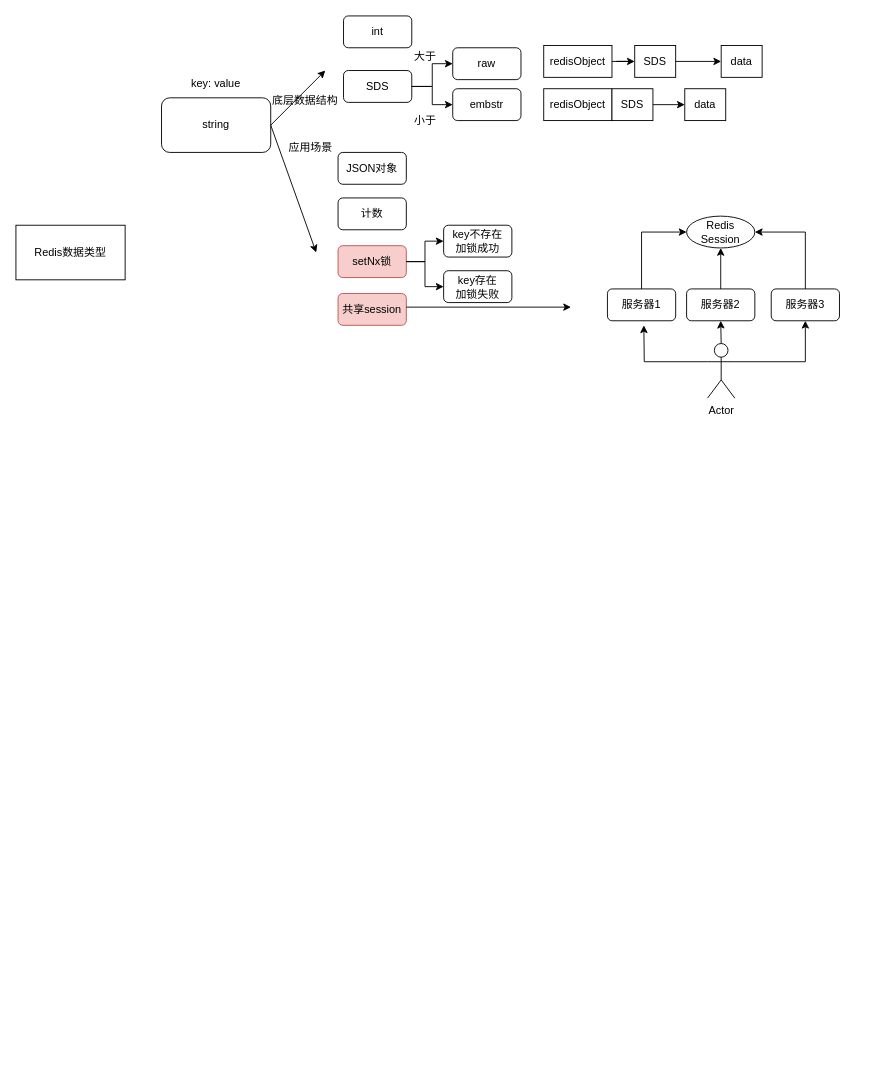
Earlier version of the draw.io diagram Redis数据类型.drawio (1155200424/diagrams). Source tidied: cells renumbered, new cells numbered last; positions are measured from the earlier drawing's top-left corner, leaving out a move shared by most shapes. Both pictures are drawn from the tidied source at 91%, with x=0, y=0 at pixel (15, 15).
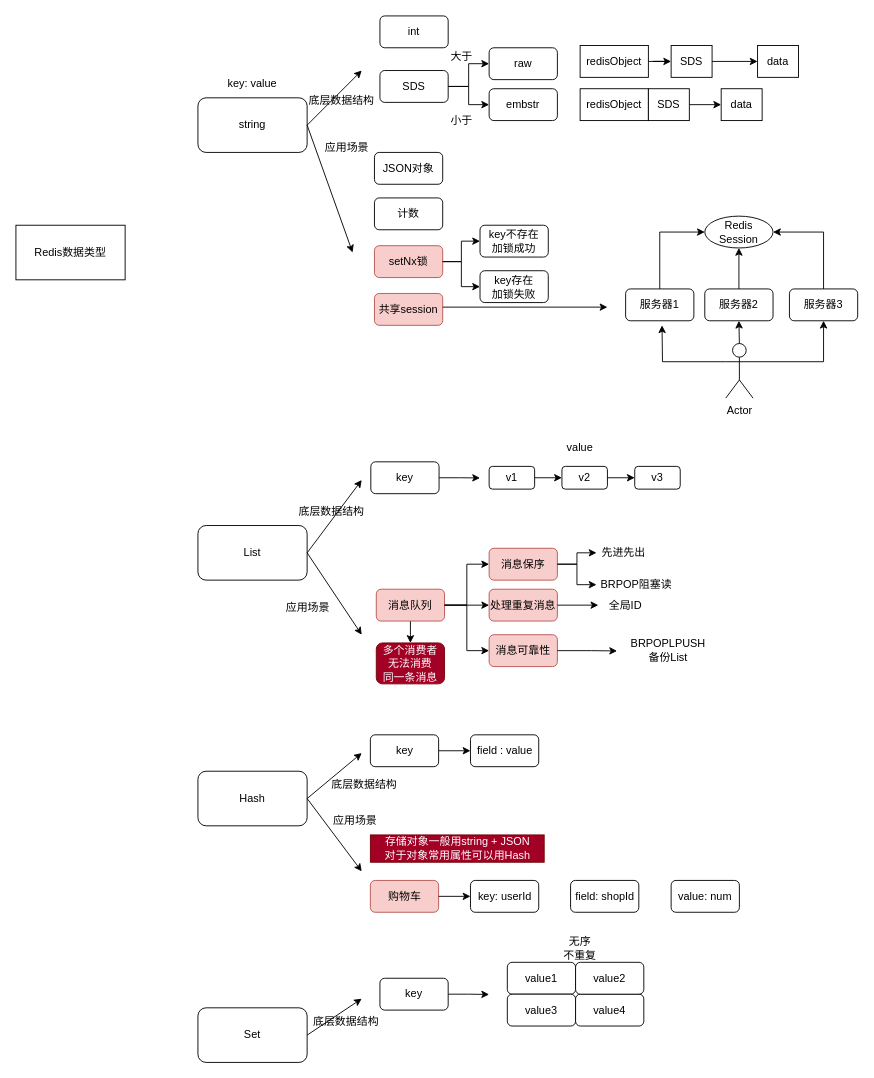
The same diagram, later.

Commit message (it also covers changes not shown here):
更新Redis数据类型.drawio

Diff of the diagram source:
```diff
@@
+    <mxCell id="52" style="group;" parent="1" vertex="1">
+      <mxGeometry x="200" y="460" width="564" height="255" as="geometry" />
+    </mxCell>
+    <mxCell id="53" value="List" style="rounded=1;whiteSpace=wrap;html=1;" parent="52" vertex="1">
+      <mxGeometry y="100" width="120" height="60" as="geometry" />
+    </mxCell>
+    <mxCell id="54" style="group;" parent="52" vertex="1">
+      <mxGeometry x="190" width="340" height="65" as="geometry" />
+    </mxCell>
+    <mxCell id="55" style="edgeStyle=orthogonalEdgeStyle;rounded=0;jettySize=auto;html=1;exitX=1;exitY=0.5;exitDx=0;exitDy=0;" parent="54" edge="1" source="56">
+      <mxGeometry relative="1" as="geometry">
+        <mxPoint x="120" y="47.7" as="targetPoint" />
+      </mxGeometry>
+    </mxCell>
+    <mxCell id="56" value="key" style="rounded=1;whiteSpace=wrap;html=1;" parent="54" vertex="1">
+      <mxGeometry y="30" width="75" height="35" as="geometry" />
+    </mxCell>
+    <mxCell id="57" style="group;" parent="54" vertex="1">
+      <mxGeometry x="130" y="35" width="210" height="25" as="geometry" />
+    </mxCell>
+    <mxCell id="58" value="v1" style="rounded=1;whiteSpace=wrap;html=1;" parent="57" vertex="1">
+      <mxGeometry width="50" height="25" as="geometry" />
+    </mxCell>
+    <mxCell id="59" value="v2" style="rounded=1;whiteSpace=wrap;html=1;" parent="57" vertex="1">
+      <mxGeometry x="80" width="50" height="25" as="geometry" />
+    </mxCell>
+    <mxCell id="60" style="edgeStyle=orthogonalEdgeStyle;rounded=0;jettySize=auto;html=1;exitX=1;exitY=0.5;exitDx=0;exitDy=0;entryX=0;entryY=0.5;entryDx=0;entryDy=0;" parent="57" edge="1" source="58" target="59">
+      <mxGeometry relative="1" as="geometry" />
+    </mxCell>
+    <mxCell id="61" value="v3" style="rounded=1;whiteSpace=wrap;html=1;" parent="57" vertex="1">
+      <mxGeometry x="160" width="50" height="25" as="geometry" />
+    </mxCell>
+    <mxCell id="62" style="edgeStyle=orthogonalEdgeStyle;rounded=0;jettySize=auto;html=1;exitX=1;exitY=0.5;exitDx=0;exitDy=0;entryX=0;entryY=0.5;entryDx=0;entryDy=0;" parent="57" edge="1" source="59" target="61">
+      <mxGeometry relative="1" as="geometry" />
+    </mxCell>
+    <mxCell id="63" value="value" style="text;html=1;align=center;verticalAlign=middle;whiteSpace=wrap;rounded=0;" parent="54" vertex="1">
+      <mxGeometry x="200" width="60" height="30" as="geometry" />
+    </mxCell>
+    <mxCell id="64" style="endArrow=classic;html=1;rounded=0;" parent="52" edge="1">
+      <mxGeometry relative="1" as="geometry">
+        <mxPoint x="120" y="130" as="sourcePoint" />
+        <mxPoint x="180" y="50" as="targetPoint" />
+      </mxGeometry>
+    </mxCell>
+    <mxCell id="65" value="底层数据结构" style="text;html=1;align=center;verticalAlign=middle;whiteSpace=wrap;rounded=0;" parent="52" vertex="1">
+      <mxGeometry x="104" y="70" width="86" height="30" as="geometry" />
+    </mxCell>
+    <mxCell id="66" style="endArrow=classic;html=1;rounded=0;" parent="52" edge="1">
+      <mxGeometry relative="1" as="geometry">
+        <mxPoint x="120" y="130" as="sourcePoint" />
+        <mxPoint x="180" y="220" as="targetPoint" />
+      </mxGeometry>
+    </mxCell>
+    <mxCell id="67" style="edgeStyle=orthogonalEdgeStyle;rounded=0;jettySize=auto;html=1;exitX=0.5;exitY=1;exitDx=0;exitDy=0;entryX=0.5;entryY=0;entryDx=0;entryDy=0;" parent="52" edge="1" source="68" target="84">
+      <mxGeometry relative="1" as="geometry" />
+    </mxCell>
+    <mxCell id="68" value="消息队列" style="rounded=1;whiteSpace=wrap;html=1;fillColor=#f8cecc;strokeColor=#b85450;" parent="52" vertex="1">
+      <mxGeometry x="196" y="170" width="75" height="35" as="geometry" />
+    </mxCell>
+    <mxCell id="69" style="group;" parent="52" vertex="1">
+      <mxGeometry x="320" y="115" width="206" height="65" as="geometry" />
+    </mxCell>
+    <mxCell id="70" value="消息保序" style="rounded=1;whiteSpace=wrap;html=1;fillColor=#f8cecc;strokeColor=#b85450;" parent="69" vertex="1">
+      <mxGeometry y="10" width="75" height="35" as="geometry" />
+    </mxCell>
+    <mxCell id="71" value="先进先出" style="text;html=1;align=center;verticalAlign=middle;whiteSpace=wrap;rounded=0;" parent="69" vertex="1">
+      <mxGeometry x="118" width="60" height="30" as="geometry" />
+    </mxCell>
+    <mxCell id="72" style="edgeStyle=orthogonalEdgeStyle;rounded=0;jettySize=auto;html=1;exitX=1;exitY=0.5;exitDx=0;exitDy=0;entryX=0;entryY=0.5;entryDx=0;entryDy=0;" parent="69" edge="1" source="70" target="71">
+      <mxGeometry relative="1" as="geometry" />
+    </mxCell>
+    <mxCell id="73" value="BRPOP阻塞读" style="text;html=1;align=center;verticalAlign=middle;whiteSpace=wrap;rounded=0;" parent="69" vertex="1">
+      <mxGeometry x="118" y="35" width="88" height="30" as="geometry" />
+    </mxCell>
+    <mxCell id="74" style="edgeStyle=orthogonalEdgeStyle;rounded=0;jettySize=auto;html=1;exitX=1;exitY=0.5;exitDx=0;exitDy=0;entryX=0;entryY=0.5;entryDx=0;entryDy=0;" parent="69" edge="1" source="70" target="73">
+      <mxGeometry relative="1" as="geometry" />
+    </mxCell>
+    <mxCell id="75" style="edgeStyle=orthogonalEdgeStyle;rounded=0;jettySize=auto;html=1;exitX=1;exitY=0.5;exitDx=0;exitDy=0;entryX=0;entryY=0.5;entryDx=0;entryDy=0;" parent="52" edge="1" source="68" target="70">
+      <mxGeometry relative="1" as="geometry" />
+    </mxCell>
+    <mxCell id="76" value="处理重复消息" style="rounded=1;whiteSpace=wrap;html=1;fillColor=#f8cecc;strokeColor=#b85450;" parent="52" vertex="1">
+      <mxGeometry x="320" y="170" width="75" height="35" as="geometry" />
+    </mxCell>
+    <mxCell id="77" style="edgeStyle=orthogonalEdgeStyle;rounded=0;jettySize=auto;html=1;exitX=1;exitY=0.5;exitDx=0;exitDy=0;entryX=0;entryY=0.5;entryDx=0;entryDy=0;" parent="52" edge="1" source="68" target="76">
+      <mxGeometry relative="1" as="geometry" />
+    </mxCell>
+    <mxCell id="78" value="全局ID" style="text;html=1;align=center;verticalAlign=middle;whiteSpace=wrap;rounded=0;" parent="52" vertex="1">
+      <mxGeometry x="440" y="172.5" width="60" height="30" as="geometry" />
+    </mxCell>
+    <mxCell id="79" style="edgeStyle=orthogonalEdgeStyle;rounded=0;jettySize=auto;html=1;exitX=1;exitY=0.5;exitDx=0;exitDy=0;" parent="52" edge="1" source="76" target="78">
+      <mxGeometry relative="1" as="geometry" />
+    </mxCell>
+    <mxCell id="80" value="消息可靠性" style="rounded=1;whiteSpace=wrap;html=1;fillColor=#f8cecc;strokeColor=#b85450;" parent="52" vertex="1">
+      <mxGeometry x="320" y="220" width="75" height="35" as="geometry" />
+    </mxCell>
+    <mxCell id="81" style="edgeStyle=orthogonalEdgeStyle;rounded=0;jettySize=auto;html=1;exitX=1;exitY=0.5;exitDx=0;exitDy=0;entryX=0;entryY=0.5;entryDx=0;entryDy=0;" parent="52" edge="1" source="68" target="80">
+      <mxGeometry relative="1" as="geometry" />
+    </mxCell>
+    <mxCell id="82" value="BRPOPLPUSH&lt;br&gt;备份List" style="text;html=1;align=center;verticalAlign=middle;whiteSpace=wrap;rounded=0;" parent="52" vertex="1">
+      <mxGeometry x="470" y="226.2" width="94" height="22.5" as="geometry" />
+    </mxCell>
+    <mxCell id="83" style="edgeStyle=orthogonalEdgeStyle;rounded=0;jettySize=auto;html=1;exitX=1;exitY=0.5;exitDx=0;exitDy=0;entryX=-0.1;entryY=0.517;entryDx=0;entryDy=0;entryPerimeter=0;" parent="52" edge="1" source="80" target="82">
+      <mxGeometry relative="1" as="geometry" />
+    </mxCell>
+    <mxCell id="84" value="多个消费者&lt;br&gt;无法消费&lt;br&gt;同一条消息" style="rounded=1;whiteSpace=wrap;html=1;fillColor=#a20025;strokeColor=#6F0000;fontColor=#ffffff;" parent="52" vertex="1">
+      <mxGeometry x="196" y="229" width="75" height="45" as="geometry" />
+    </mxCell>
+    <mxCell id="85" value="应用场景" style="text;html=1;align=center;verticalAlign=middle;whiteSpace=wrap;rounded=0;" parent="52" vertex="1">
+      <mxGeometry x="78" y="175" width="86" height="30" as="geometry" />
+    </mxCell>
+    <mxCell id="86" style="group;" parent="1" vertex="1">
+      <mxGeometry x="200" width="725" height="420" as="geometry" />
+    </mxCell>
-    <mxCell id="3" value="string" style="rounded=1;whiteSpace=wrap;html=1;" parent="1" vertex="1">
-      <mxGeometry x="160" y="90" width="120" height="60" as="geometry" />
+    <mxCell id="3" value="string" style="rounded=1;whiteSpace=wrap;html=1;" parent="86" vertex="1">
+      <mxGeometry y="90" width="120" height="60" as="geometry" />
     </mxCell>
-    <mxCell id="4" value="key: value" style="text;html=1;align=center;verticalAlign=middle;whiteSpace=wrap;rounded=0;" parent="1" vertex="1">
-      <mxGeometry x="190" y="60" width="60" height="30" as="geometry" />
+    <mxCell id="4" value="key: value" style="text;html=1;align=center;verticalAlign=middle;whiteSpace=wrap;rounded=0;" parent="86" vertex="1">
+      <mxGeometry x="30" y="60" width="60" height="30" as="geometry" />
     </mxCell>
-    <mxCell id="5" style="endArrow=classic;html=1;rounded=0;" parent="1" edge="1">
+    <mxCell id="5" style="endArrow=classic;html=1;rounded=0;" parent="86" edge="1">
       <mxGeometry relative="1" as="geometry">
-        <mxPoint x="280" y="120" as="sourcePoint" />
-        <mxPoint x="340" y="60" as="targetPoint" />
+        <mxPoint x="120" y="120" as="sourcePoint" />
+        <mxPoint x="180" y="60" as="targetPoint" />
       </mxGeometry>
     </mxCell>
-    <mxCell id="6" style="group;" parent="1" vertex="1">
-      <mxGeometry x="360" width="460" height="130" as="geometry" />
+    <mxCell id="6" style="group;" parent="86" vertex="1">
+      <mxGeometry x="200" width="460" height="130" as="geometry" />
     </mxCell>
@@
-    <mxCell id="28" value="底层数据结构" style="text;html=1;align=center;verticalAlign=middle;whiteSpace=wrap;rounded=0;" parent="1" vertex="1">
-      <mxGeometry x="280" y="80" width="76" height="25" as="geometry" />
+    <mxCell id="28" value="底层数据结构" style="text;html=1;align=center;verticalAlign=middle;whiteSpace=wrap;rounded=0;" parent="86" vertex="1">
+      <mxGeometry x="120" y="80" width="76" height="25" as="geometry" />
     </mxCell>
-    <mxCell id="29" style="endArrow=classic;html=1;rounded=0;" parent="1" edge="1">
+    <mxCell id="29" style="endArrow=classic;html=1;rounded=0;" parent="86" edge="1">
       <mxGeometry relative="1" as="geometry">
-        <mxPoint x="280" y="120" as="sourcePoint" />
-        <mxPoint x="330" y="260" as="targetPoint" />
+        <mxPoint x="120" y="120" as="sourcePoint" />
+        <mxPoint x="170" y="260" as="targetPoint" />
       </mxGeometry>
     </mxCell>
-    <mxCell id="30" value="应用场景" style="text;html=1;align=center;verticalAlign=middle;whiteSpace=wrap;rounded=0;" parent="1" vertex="1">
-      <mxGeometry x="294" y="130" width="60" height="30" as="geometry" />
+    <mxCell id="30" value="应用场景" style="text;html=1;align=center;verticalAlign=middle;whiteSpace=wrap;rounded=0;" parent="86" vertex="1">
+      <mxGeometry x="134" y="130" width="60" height="30" as="geometry" />
     </mxCell>
-    <mxCell id="31" value="JSON对象" style="rounded=1;whiteSpace=wrap;html=1;" parent="1" vertex="1">
-      <mxGeometry x="354" y="150" width="75" height="35" as="geometry" />
+    <mxCell id="31" value="JSON对象" style="rounded=1;whiteSpace=wrap;html=1;" parent="86" vertex="1">
+      <mxGeometry x="194" y="150" width="75" height="35" as="geometry" />
     </mxCell>
-    <mxCell id="32" value="计数" style="rounded=1;whiteSpace=wrap;html=1;" parent="1" vertex="1">
-      <mxGeometry x="354" y="200" width="75" height="35" as="geometry" />
+    <mxCell id="32" value="计数" style="rounded=1;whiteSpace=wrap;html=1;" parent="86" vertex="1">
+      <mxGeometry x="194" y="200" width="75" height="35" as="geometry" />
     </mxCell>
-    <mxCell id="33" value="共享session" style="rounded=1;whiteSpace=wrap;html=1;fillColor=#f8cecc;strokeColor=#b85450;" parent="1" vertex="1">
-      <mxGeometry x="354" y="305" width="75" height="35" as="geometry" />
+    <mxCell id="33" value="共享session" style="rounded=1;whiteSpace=wrap;html=1;fillColor=#f8cecc;strokeColor=#b85450;" parent="86" vertex="1">
+      <mxGeometry x="194" y="305" width="75" height="35" as="geometry" />
     </mxCell>
-    <mxCell id="34" style="group;" parent="1" vertex="1">
-      <mxGeometry x="354" y="230" width="191" height="85" as="geometry" />
+    <mxCell id="34" style="group;" parent="86" vertex="1">
+      <mxGeometry x="194" y="230" width="191" height="85" as="geometry" />
     </mxCell>
@@
-    <mxCell id="40" style="endArrow=classic;html=1;rounded=0;" parent="1" edge="1">
+    <mxCell id="40" style="endArrow=classic;html=1;rounded=0;" parent="86" edge="1">
       <mxGeometry relative="1" as="geometry">
-        <mxPoint x="429" y="320" as="sourcePoint" />
-        <mxPoint x="610" y="320" as="targetPoint" />
+        <mxPoint x="269" y="320" as="sourcePoint" />
+        <mxPoint x="450" y="320" as="targetPoint" />
       </mxGeometry>
     </mxCell>
+    <mxCell id="87" style="group;" parent="86" vertex="1">
+      <mxGeometry x="470" y="220" width="255" height="200" as="geometry" />
+    </mxCell>
-    <mxCell id="41" style="edgeStyle=orthogonalEdgeStyle;rounded=0;jettySize=auto;html=1;exitX=0;exitY=0.3333333333333333;exitDx=0;exitDy=0;exitPerimeter=0;" parent="1" edge="1" source="44">
+    <mxCell id="41" style="edgeStyle=orthogonalEdgeStyle;rounded=0;jettySize=auto;html=1;exitX=0;exitY=0.3333333333333333;exitDx=0;exitDy=0;exitPerimeter=0;" parent="87" edge="1" source="44">
       <mxGeometry relative="1" as="geometry">
-        <mxPoint x="690" y="340" as="targetPoint" />
+        <mxPoint x="40" y="120" as="targetPoint" />
       </mxGeometry>
     </mxCell>
+    <mxCell id="44" value="Actor" style="shape=umlActor;verticalLabelPosition=bottom;verticalAlign=top;html=1;outlineConnect=0;" parent="87" vertex="1">
+      <mxGeometry x="110" y="140" width="30" height="60" as="geometry" />
+    </mxCell>
+    <mxCell id="46" value="服务器1" style="rounded=1;whiteSpace=wrap;html=1;" parent="87" vertex="1">
+      <mxGeometry y="80" width="75" height="35" as="geometry" />
+    </mxCell>
+    <mxCell id="48" value="服务器2" style="rounded=1;whiteSpace=wrap;html=1;" parent="87" vertex="1">
+      <mxGeometry x="87" y="80" width="75" height="35" as="geometry" />
+    </mxCell>
-    <mxCell id="42" style="edgeStyle=orthogonalEdgeStyle;rounded=0;jettySize=auto;html=1;exitX=0.5;exitY=0;exitDx=0;exitDy=0;exitPerimeter=0;entryX=0.5;entryY=1;entryDx=0;entryDy=0;" parent="1" edge="1" source="44" target="48">
+    <mxCell id="42" style="edgeStyle=orthogonalEdgeStyle;rounded=0;jettySize=auto;html=1;exitX=0.5;exitY=0;exitDx=0;exitDy=0;exitPerimeter=0;entryX=0.5;entryY=1;entryDx=0;entryDy=0;" parent="87" edge="1" source="44" target="48">
       <mxGeometry relative="1" as="geometry" />
     </mxCell>
+    <mxCell id="50" value="服务器3" style="rounded=1;whiteSpace=wrap;html=1;" parent="87" vertex="1">
+      <mxGeometry x="180" y="80" width="75" height="35" as="geometry" />
+    </mxCell>
-    <mxCell id="43" style="edgeStyle=orthogonalEdgeStyle;rounded=0;jettySize=auto;html=1;exitX=1;exitY=0.3333333333333333;exitDx=0;exitDy=0;exitPerimeter=0;entryX=0.5;entryY=1;entryDx=0;entryDy=0;" parent="1" edge="1" source="44" target="50">
+    <mxCell id="43" style="edgeStyle=orthogonalEdgeStyle;rounded=0;jettySize=auto;html=1;exitX=1;exitY=0.3333333333333333;exitDx=0;exitDy=0;exitPerimeter=0;entryX=0.5;entryY=1;entryDx=0;entryDy=0;" parent="87" edge="1" source="44" target="50">
       <mxGeometry relative="1" as="geometry" />
     </mxCell>
-    <mxCell id="44" value="Actor" style="shape=umlActor;verticalLabelPosition=bottom;verticalAlign=top;html=1;outlineConnect=0;" parent="1" vertex="1">
-      <mxGeometry x="760" y="360" width="30" height="60" as="geometry" />
-    </mxCell>
+    <mxCell id="51" value="Redis Session" style="ellipse;whiteSpace=wrap;html=1;" parent="87" vertex="1">
+      <mxGeometry x="87" width="75" height="35" as="geometry" />
+    </mxCell>
-    <mxCell id="45" style="edgeStyle=orthogonalEdgeStyle;rounded=0;jettySize=auto;html=1;exitX=0.5;exitY=0;exitDx=0;exitDy=0;entryX=0;entryY=0.5;entryDx=0;entryDy=0;" parent="1" edge="1" source="46" target="51">
+    <mxCell id="45" style="edgeStyle=orthogonalEdgeStyle;rounded=0;jettySize=auto;html=1;exitX=0.5;exitY=0;exitDx=0;exitDy=0;entryX=0;entryY=0.5;entryDx=0;entryDy=0;" parent="87" edge="1" source="46" target="51">
       <mxGeometry relative="1" as="geometry" />
     </mxCell>
-    <mxCell id="46" value="服务器1" style="rounded=1;whiteSpace=wrap;html=1;" parent="1" vertex="1">
-      <mxGeometry x="650" y="300" width="75" height="35" as="geometry" />
-    </mxCell>
-    <mxCell id="47" style="edgeStyle=orthogonalEdgeStyle;rounded=0;jettySize=auto;html=1;exitX=0.5;exitY=0;exitDx=0;exitDy=0;entryX=0.5;entryY=1;entryDx=0;entryDy=0;" parent="1" edge="1" source="48" target="51">
+    <mxCell id="47" style="edgeStyle=orthogonalEdgeStyle;rounded=0;jettySize=auto;html=1;exitX=0.5;exitY=0;exitDx=0;exitDy=0;entryX=0.5;entryY=1;entryDx=0;entryDy=0;" parent="87" edge="1" source="48" target="51">
       <mxGeometry relative="1" as="geometry" />
     </mxCell>
-    <mxCell id="48" value="服务器2" style="rounded=1;whiteSpace=wrap;html=1;" parent="1" vertex="1">
-      <mxGeometry x="737" y="300" width="75" height="35" as="geometry" />
-    </mxCell>
-    <mxCell id="49" style="edgeStyle=orthogonalEdgeStyle;rounded=0;jettySize=auto;html=1;exitX=0.5;exitY=0;exitDx=0;exitDy=0;entryX=1;entryY=0.5;entryDx=0;entryDy=0;" parent="1" edge="1" source="50" target="51">
+    <mxCell id="49" style="edgeStyle=orthogonalEdgeStyle;rounded=0;jettySize=auto;html=1;exitX=0.5;exitY=0;exitDx=0;exitDy=0;entryX=1;entryY=0.5;entryDx=0;entryDy=0;" parent="87" edge="1" source="50" target="51">
       <mxGeometry relative="1" as="geometry" />
     </mxCell>
-    <mxCell id="50" value="服务器3" style="rounded=1;whiteSpace=wrap;html=1;" parent="1" vertex="1">
-      <mxGeometry x="830" y="300" width="75" height="35" as="geometry" />
-    </mxCell>
-    <mxCell id="51" value="Redis Session" style="ellipse;whiteSpace=wrap;html=1;" parent="1" vertex="1">
-      <mxGeometry x="737" y="220" width="75" height="35" as="geometry" />
-    </mxCell>
+    <mxCell id="88" style="group;" parent="1" vertex="1">
+      <mxGeometry x="200" y="790" width="595" height="195" as="geometry" />
+    </mxCell>
+    <mxCell id="89" value="Hash" style="rounded=1;whiteSpace=wrap;html=1;" parent="88" vertex="1">
+      <mxGeometry y="40" width="120" height="60" as="geometry" />
+    </mxCell>
+    <mxCell id="90" style="edgeStyle=orthogonalEdgeStyle;rounded=0;jettySize=auto;html=1;exitX=1;exitY=0.5;exitDx=0;exitDy=0;entryX=0;entryY=0.5;entryDx=0;entryDy=0;" parent="88" edge="1" source="91" target="92">
+      <mxGeometry relative="1" as="geometry" />
+    </mxCell>
+    <mxCell id="91" value="key" style="rounded=1;whiteSpace=wrap;html=1;" parent="88" vertex="1">
+      <mxGeometry x="189.5" width="75" height="35" as="geometry" />
+    </mxCell>
+    <mxCell id="92" value="field : value" style="rounded=1;whiteSpace=wrap;html=1;" parent="88" vertex="1">
+      <mxGeometry x="299.5" width="75" height="35" as="geometry" />
+    </mxCell>
+    <mxCell id="93" value="存储对象一般用string + JSON&lt;br&gt;对于对象常用属性可以用Hash" style="text;html=1;align=center;verticalAlign=middle;whiteSpace=wrap;rounded=0;fillColor=#a20025;fontColor=#ffffff;strokeColor=#6F0000;" parent="88" vertex="1">
+      <mxGeometry x="189.5" y="110" width="191" height="30" as="geometry" />
+    </mxCell>
+    <mxCell id="94" style="endArrow=classic;html=1;rounded=0;" parent="88" edge="1">
+      <mxGeometry relative="1" as="geometry">
+        <mxPoint x="120" y="70" as="sourcePoint" />
+        <mxPoint x="180" y="20" as="targetPoint" />
+      </mxGeometry>
+    </mxCell>
+    <mxCell id="95" value="底层数据结构" style="text;html=1;align=center;verticalAlign=middle;whiteSpace=wrap;rounded=0;" parent="88" vertex="1">
+      <mxGeometry x="140" y="40" width="86" height="30" as="geometry" />
+    </mxCell>
+    <mxCell id="96" style="endArrow=classic;html=1;rounded=0;" parent="88" edge="1">
+      <mxGeometry relative="1" as="geometry">
+        <mxPoint x="120" y="70" as="sourcePoint" />
+        <mxPoint x="180" y="150" as="targetPoint" />
+      </mxGeometry>
+    </mxCell>
+    <mxCell id="97" value="应用场景" style="text;html=1;align=center;verticalAlign=middle;whiteSpace=wrap;rounded=0;" parent="88" vertex="1">
+      <mxGeometry x="130" y="80" width="86" height="30" as="geometry" />
+    </mxCell>
+    <mxCell id="98" style="group;" parent="88" vertex="1">
+      <mxGeometry x="189.5" y="160" width="405.5" height="35" as="geometry" />
+    </mxCell>
+    <mxCell id="99" value="购物车" style="rounded=1;whiteSpace=wrap;html=1;fillColor=#f8cecc;strokeColor=#b85450;" parent="98" vertex="1">
+      <mxGeometry width="75" height="35" as="geometry" />
+    </mxCell>
+    <mxCell id="100" value="key: userId" style="rounded=1;whiteSpace=wrap;html=1;" parent="98" vertex="1">
+      <mxGeometry x="110" width="75" height="35" as="geometry" />
+    </mxCell>
+    <mxCell id="101" style="edgeStyle=orthogonalEdgeStyle;rounded=0;jettySize=auto;html=1;exitX=1;exitY=0.5;exitDx=0;exitDy=0;entryX=0;entryY=0.5;entryDx=0;entryDy=0;" parent="98" edge="1" source="99" target="100">
+      <mxGeometry relative="1" as="geometry" />
+    </mxCell>
+    <mxCell id="102" value="field: shopId" style="rounded=1;whiteSpace=wrap;html=1;" parent="98" vertex="1">
+      <mxGeometry x="220" width="75" height="35" as="geometry" />
+    </mxCell>
+    <mxCell id="103" value="value: num" style="rounded=1;whiteSpace=wrap;html=1;" parent="98" vertex="1">
+      <mxGeometry x="330.5" width="75" height="35" as="geometry" />
+    </mxCell>
+    <mxCell id="104" value="Set" style="rounded=1;whiteSpace=wrap;html=1;" parent="1" vertex="1">
+      <mxGeometry x="200" y="1090" width="120" height="60" as="geometry" />
+    </mxCell>
+    <mxCell id="105" style="endArrow=classic;html=1;rounded=0;" parent="1" edge="1">
+      <mxGeometry relative="1" as="geometry">
+        <mxPoint x="320" y="1120" as="sourcePoint" />
+        <mxPoint x="380" y="1080" as="targetPoint" />
+      </mxGeometry>
+    </mxCell>
+    <mxCell id="106" style="group;" parent="1" vertex="1">
+      <mxGeometry x="400" y="1010" width="290" height="100" as="geometry" />
+    </mxCell>
+    <mxCell id="107" style="edgeStyle=orthogonalEdgeStyle;rounded=0;jettySize=auto;html=1;exitX=1;exitY=0.5;exitDx=0;exitDy=0;" parent="106" edge="1" source="108">
+      <mxGeometry relative="1" as="geometry">
+        <mxPoint x="120" y="65.3" as="targetPoint" />
+      </mxGeometry>
+    </mxCell>
+    <mxCell id="108" value="key" style="rounded=1;whiteSpace=wrap;html=1;" parent="106" vertex="1">
+      <mxGeometry y="47.5" width="75" height="35" as="geometry" />
+    </mxCell>
+    <mxCell id="109" value="value1" style="rounded=1;whiteSpace=wrap;html=1;" parent="106" vertex="1">
+      <mxGeometry x="140" y="30" width="75" height="35" as="geometry" />
+    </mxCell>
+    <mxCell id="110" value="value3" style="rounded=1;whiteSpace=wrap;html=1;" parent="106" vertex="1">
+      <mxGeometry x="140" y="65" width="75" height="35" as="geometry" />
+    </mxCell>
+    <mxCell id="111" value="value4" style="rounded=1;whiteSpace=wrap;html=1;" parent="106" vertex="1">
+      <mxGeometry x="215" y="65" width="75" height="35" as="geometry" />
+    </mxCell>
+    <mxCell id="112" value="value2" style="rounded=1;whiteSpace=wrap;html=1;" parent="106" vertex="1">
+      <mxGeometry x="215" y="30" width="75" height="35" as="geometry" />
+    </mxCell>
+    <mxCell id="113" value="无序&lt;br&gt;不重复" style="text;html=1;align=center;verticalAlign=middle;whiteSpace=wrap;rounded=0;" parent="106" vertex="1">
+      <mxGeometry x="190" width="60" height="30" as="geometry" />
+    </mxCell>
+    <mxCell id="114" value="底层数据结构" style="text;html=1;align=center;verticalAlign=middle;whiteSpace=wrap;rounded=0;" parent="1" vertex="1">
+      <mxGeometry x="320" y="1090" width="86" height="30" as="geometry" />
+    </mxCell>
```
